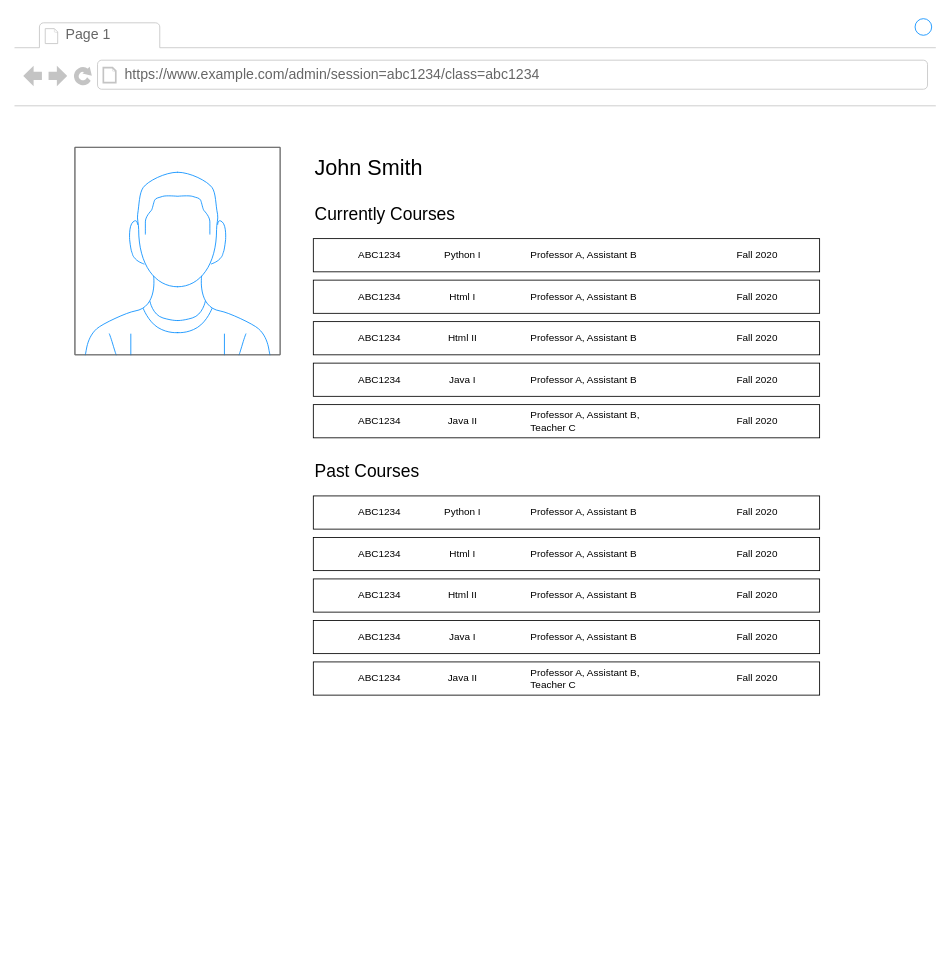
Before: page "Admin Teacher" (6 of 9) of wireframe.drawio in AnsonTran/Live-Coding-Docs, a draw.io diagram. Source tidied: cells renumbered, new cells numbered last; positions are measured from the earlier drawing's top-left corner, leaving out a move shared by most shapes. Both pictures are drawn from the tidied source at 83%, with x=0, y=0 at pixel (14, 14).
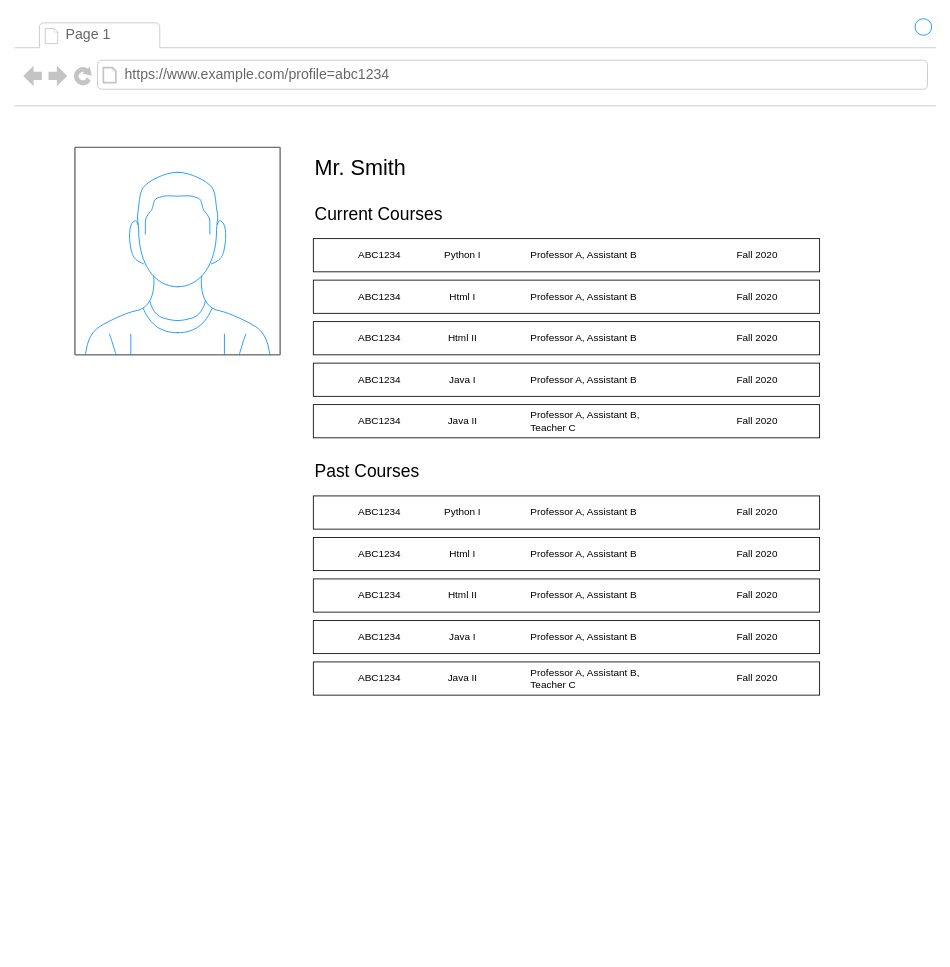
Above is the later version.

Diff of the diagram source:
```diff
@@
     <mxCell id="2" style="strokeWidth=1;shadow=0;dashed=0;align=center;html=1;shape=mxgraph.mockup.containers.browserWindow;rSize=0;strokeColor2=#008cff;strokeColor3=#c4c4c4;mainText=,;strokeColor=#FFFFFF;fontColor=#FFFFFF;" parent="1" vertex="1">
-      <mxGeometry width="1110" height="1040" as="geometry" />
+      <mxGeometry width="1110" height="1130" as="geometry" />
     </mxCell>
@@
-    <mxCell id="4" value="https://www.example.com/admin/session=abc1234/class=abc1234" style="strokeWidth=1;shadow=0;dashed=0;align=center;html=1;shape=mxgraph.mockup.containers.anchor;rSize=0;fontSize=17;fontColor=#666666;align=left;" parent="2" vertex="1">
+    <mxCell id="4" value="https://www.example.com/profile=abc1234" style="strokeWidth=1;shadow=0;dashed=0;align=center;html=1;shape=mxgraph.mockup.containers.anchor;rSize=0;fontSize=17;fontColor=#666666;align=left;" parent="2" vertex="1">
       <mxGeometry x="131" y="60" width="869" height="26" as="geometry" />
     </mxCell>
-    <mxCell id="5" value="&lt;font color=&quot;#000000&quot; style=&quot;font-size: 26px&quot;&gt;John Smith&lt;/font&gt;" style="text;html=1;strokeColor=none;fillColor=none;align=left;verticalAlign=middle;whiteSpace=wrap;rounded=0;labelBackgroundColor=none;sketch=0;fontColor=#FFFFFF;" parent="2" vertex="1">
+    <mxCell id="5" value="&lt;font color=&quot;#000000&quot; style=&quot;font-size: 26px&quot;&gt;Mr. Smith&lt;/font&gt;" style="text;html=1;strokeColor=none;fillColor=none;align=left;verticalAlign=middle;whiteSpace=wrap;rounded=0;labelBackgroundColor=none;sketch=0;fontColor=#FFFFFF;" parent="2" vertex="1">
       <mxGeometry x="360" y="160" width="280" height="50" as="geometry" />
     </mxCell>
@@
-    <mxCell id="7" value="&lt;font style=&quot;font-size: 21px&quot;&gt;Currently Courses&lt;/font&gt;" style="text;html=1;strokeColor=none;fillColor=none;align=left;verticalAlign=middle;whiteSpace=wrap;rounded=0;" parent="2" vertex="1">
+    <mxCell id="7" value="&lt;font style=&quot;font-size: 21px&quot;&gt;Current Courses&lt;/font&gt;" style="text;html=1;strokeColor=none;fillColor=none;align=left;verticalAlign=middle;whiteSpace=wrap;rounded=0;" parent="2" vertex="1">
       <mxGeometry x="360" y="230" width="240" height="20" as="geometry" />
     </mxCell>
```
